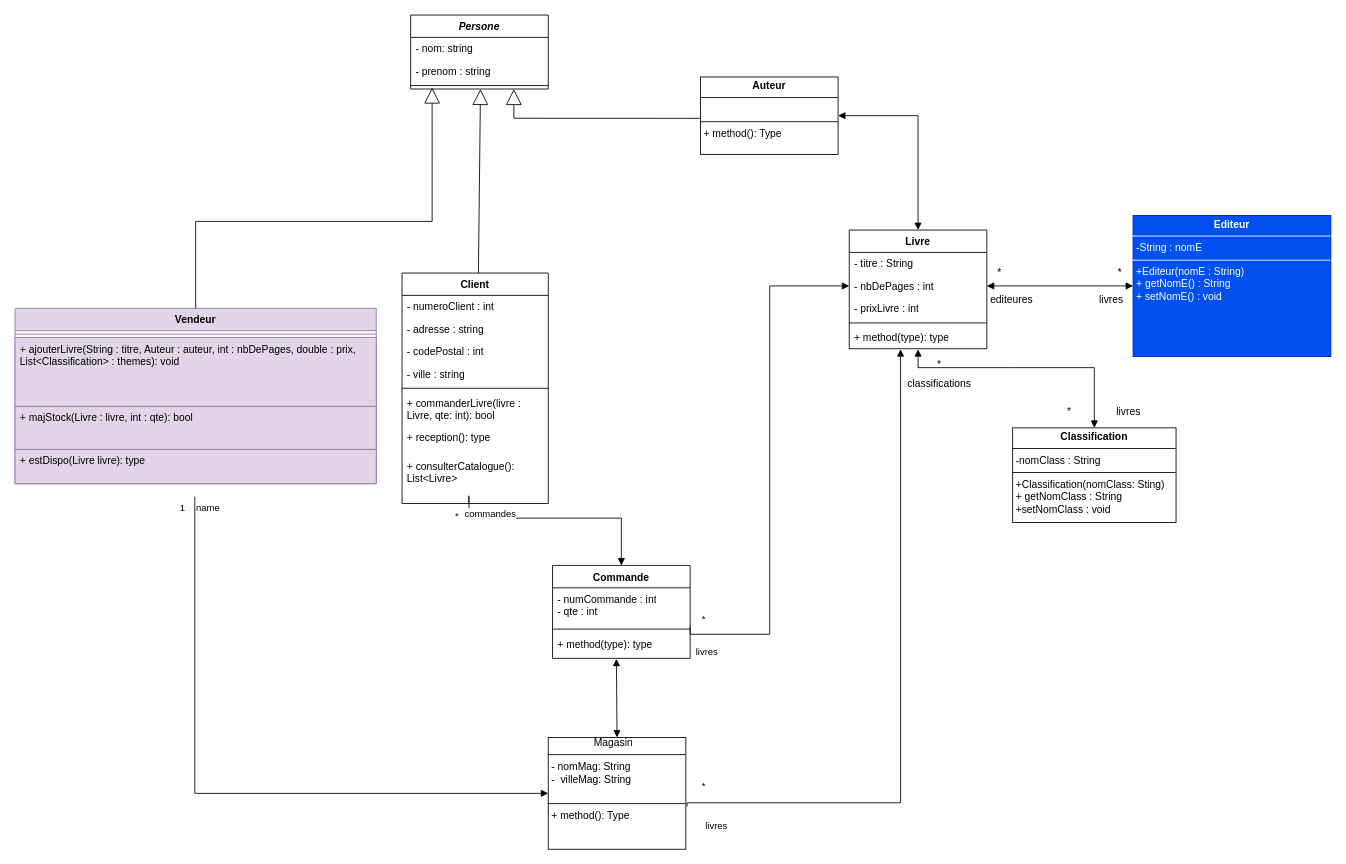
Above: diagrammedeclasse.drawio in NolhanDolou/SAE_JAVA (draw.io), before the change. Source tidied: cells renumbered, new cells numbered last; positions are measured from the earlier drawing's top-left corner, leaving out a move shared by most shapes. Both pictures are drawn from the tidied source at 86%, with x=0, y=0 at pixel (15, 15).
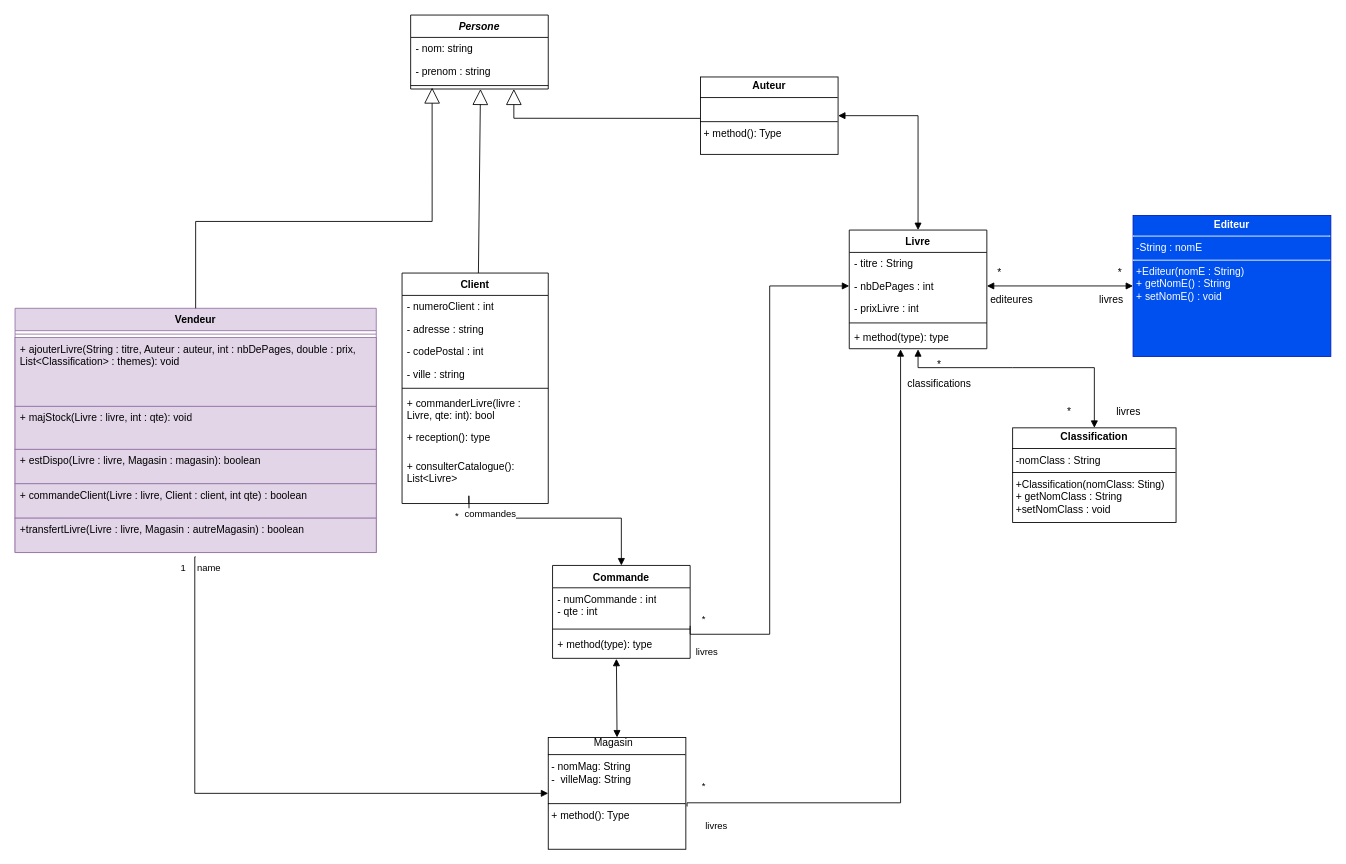
The same page after the edit.

Commit message:
maj vendeur

Unchanged cells that the change refers to:
```xml
<mxCell id="32" value="&lt;div&gt;&lt;span style=&quot;white-space: pre;&quot;&gt;&#9;&lt;/span&gt;&lt;span style=&quot;white-space: pre;&quot;&gt;&#9;&lt;/span&gt;Magasin&lt;/div&gt;&lt;hr size=&quot;1&quot; style=&quot;border-style:solid;&quot;&gt;&lt;p style=&quot;margin:0px;margin-left:4px;&quot;&gt;- nomMag: String&lt;/p&gt;&lt;p style=&quot;margin:0px;margin-left:4px;&quot;&gt;-&amp;nbsp; villeMag: String&lt;/p&gt;&lt;p style=&quot;margin:0px;margin-left:4px;&quot;&gt;&lt;br&gt;&lt;/p&gt;&lt;hr size=&quot;1&quot; style=&quot;border-style:solid;&quot;&gt;&lt;p style=&quot;margin:0px;margin-left:4px;&quot;&gt;+ method(): Type&lt;/p&gt;" style="verticalAlign=top;align=left;overflow=fill;html=1;whiteSpace=wrap;" parent="1" vertex="1">
  <mxGeometry x="620" y="840" width="160" height="130" as="geometry" />
</mxCell>
```

The edit, as a diff of the source:
```diff
@@
     <mxCell id="15" value="Vendeur" style="swimlane;fontStyle=1;align=center;verticalAlign=top;horizontal=1;startSize=26;whiteSpace=wrap;html=1;fillColor=#e1d5e7;strokeColor=#9673a6;" parent="1" vertex="1">
-      <mxGeometry y="341" width="420" height="204" as="geometry" />
+      <mxGeometry y="341" width="420" height="284" as="geometry" />
     </mxCell>
@@
-    <mxCell id="18" value="&lt;div&gt;+ majStock(Livre : livre, int : qte): bool&lt;/div&gt;&lt;div&gt;&lt;br&gt;&lt;/div&gt;" style="text;strokeColor=#9673a6;fillColor=#e1d5e7;align=left;verticalAlign=top;spacingLeft=4;spacingRight=4;overflow=hidden;whiteSpace=wrap;html=1;" parent="15" vertex="1">
+    <mxCell id="18" value="&lt;div&gt;+ majStock(Livre : livre, int : qte): void&lt;/div&gt;&lt;div&gt;&lt;br&gt;&lt;/div&gt;" style="text;strokeColor=#9673a6;fillColor=#e1d5e7;align=left;verticalAlign=top;spacingLeft=4;spacingRight=4;overflow=hidden;whiteSpace=wrap;html=1;" parent="15" vertex="1">
       <mxGeometry y="114" width="420" height="50" as="geometry" />
     </mxCell>
-    <mxCell id="19" value="+ estDispo(Livre livre): type" style="text;strokeColor=#9673a6;fillColor=#e1d5e7;align=left;verticalAlign=top;spacingLeft=4;spacingRight=4;overflow=hidden;whiteSpace=wrap;html=1;" parent="15" vertex="1">
+    <mxCell id="19" value="+ estDispo(Livre : livre, Magasin : magasin): boolean" style="text;strokeColor=#9673a6;fillColor=#e1d5e7;align=left;verticalAlign=top;spacingLeft=4;spacingRight=4;overflow=hidden;whiteSpace=wrap;html=1;" parent="15" vertex="1">
       <mxGeometry y="164" width="420" height="40" as="geometry" />
     </mxCell>
+    <mxCell id="58" value="+ commandeClient(Livre : livre, Client : client, int qte) : boolean" style="text;strokeColor=#9673a6;fillColor=#e1d5e7;align=left;verticalAlign=top;spacingLeft=4;spacingRight=4;overflow=hidden;whiteSpace=wrap;html=1;" parent="15" vertex="1">
+      <mxGeometry y="204" width="420" height="40" as="geometry" />
+    </mxCell>
+    <mxCell id="59" value="+transfertLivre(Livre : livre, Magasin : autreMagasin) : boolean" style="text;strokeColor=#9673a6;fillColor=#e1d5e7;align=left;verticalAlign=top;spacingLeft=4;spacingRight=4;overflow=hidden;whiteSpace=wrap;html=1;" parent="15" vertex="1">
+      <mxGeometry y="244" width="420" height="40" as="geometry" />
+    </mxCell>
@@
     <mxCell id="44" value="name" style="endArrow=block;endFill=1;html=1;edgeStyle=orthogonalEdgeStyle;align=left;verticalAlign=top;rounded=0;entryX=0;entryY=0.5;entryDx=0;entryDy=0;" parent="1" edge="1" target="32">
       <mxGeometry x="-1" relative="1" as="geometry">
-        <mxPoint x="209" y="560" as="sourcePoint" />
+        <mxPoint x="210" y="630" as="sourcePoint" />
         <Array as="points">
           <mxPoint x="209" y="905" />
         </Array>
       </mxGeometry>
     </mxCell>
```
